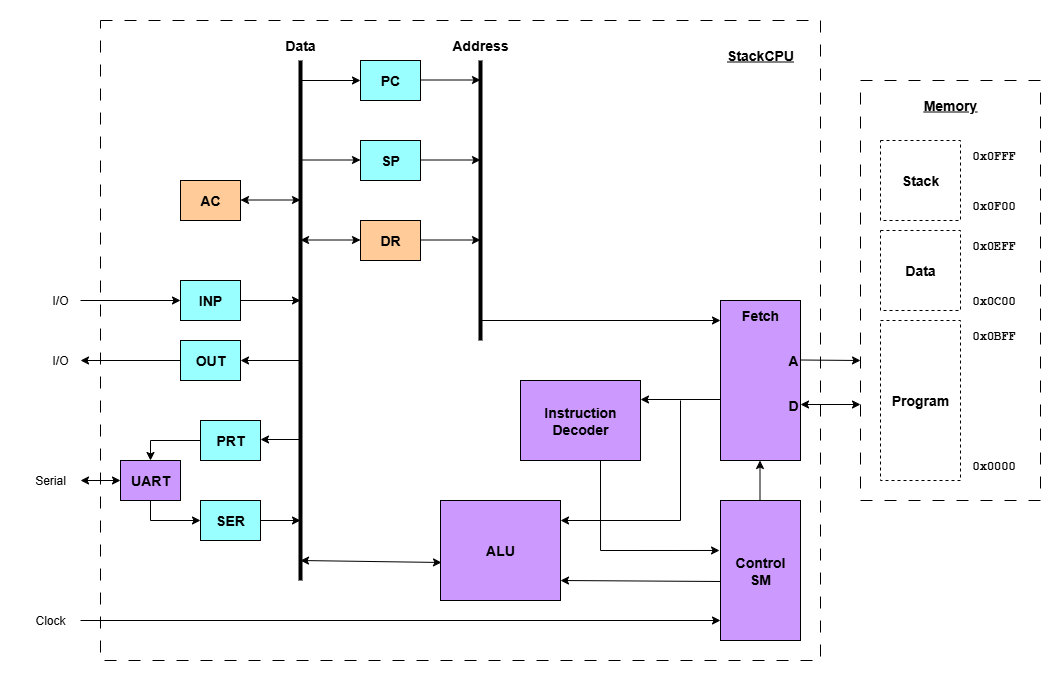
This is docs/StackCPU-Architecture.png from dervish77/StackCPU, a draw.io export, as it was before one commit. Source tidied: cells renumbered, new cells last; positions are measured from the earlier drawing's top-left corner, leaving out a move shared by most shapes.
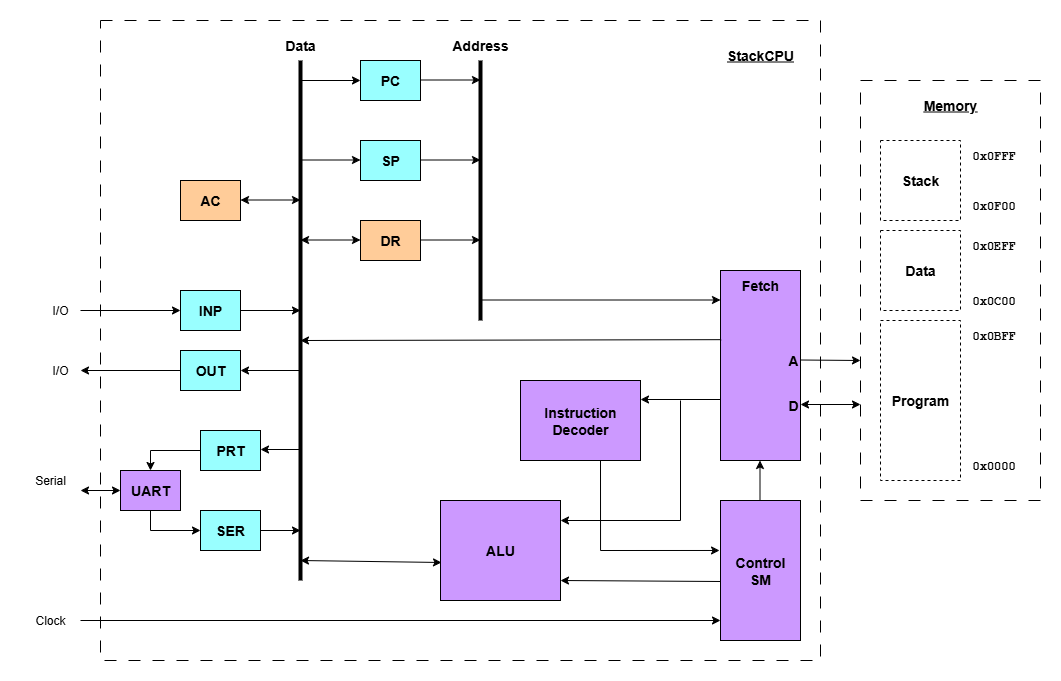
After the change.

Commit message:
fixed error in arch diagram

Diff of the diagram source:
```diff
@@ -48,13 +48,13 @@
       <mxGeometry x="160" y="160" width="60" height="40" as="geometry" />
     </mxCell>
     <mxCell id="17" value="&lt;font style=&quot;font-size: 14px;&quot;&gt;&lt;b&gt;INP&lt;/b&gt;&lt;/font&gt;" style="rounded=0;whiteSpace=wrap;html=1;fillColor=#99FFFF;" parent="1" vertex="1">
-      <mxGeometry x="160" y="260" width="60" height="40" as="geometry" />
+      <mxGeometry x="160" y="270" width="60" height="40" as="geometry" />
     </mxCell>
     <mxCell id="18" value="&lt;font style=&quot;font-size: 14px;&quot;&gt;&lt;b&gt;OUT&lt;/b&gt;&lt;/font&gt;" style="rounded=0;whiteSpace=wrap;html=1;fillColor=#99FFFF;" parent="1" vertex="1">
-      <mxGeometry x="160" y="320" width="60" height="40" as="geometry" />
+      <mxGeometry x="160" y="330" width="60" height="40" as="geometry" />
     </mxCell>
     <mxCell id="19" value="&lt;font style=&quot;font-size: 14px;&quot;&gt;&lt;b&gt;PRT&lt;/b&gt;&lt;/font&gt;" style="rounded=0;whiteSpace=wrap;html=1;fillColor=#99FFFF;" parent="1" vertex="1">
-      <mxGeometry x="180" y="400" width="60" height="40" as="geometry" />
+      <mxGeometry x="180" y="410" width="60" height="40" as="geometry" />
     </mxCell>
     <mxCell id="20" value="&lt;font style=&quot;font-size: 14px;&quot;&gt;&lt;b&gt;ALU&lt;/b&gt;&lt;/font&gt;" style="rounded=0;whiteSpace=wrap;html=1;fillColor=#CC99FF;" parent="1" vertex="1">
       <mxGeometry x="420" y="480" width="120" height="100" as="geometry" />
@@ -63,7 +63,7 @@
       <mxGeometry x="500" y="360" width="120" height="80" as="geometry" />
     </mxCell>
     <mxCell id="22" value="&lt;font style=&quot;font-size: 14px;&quot;&gt;&lt;b&gt;Fetch&lt;/b&gt;&lt;/font&gt;" style="rounded=0;whiteSpace=wrap;html=1;verticalAlign=top;fillColor=#CC99FF;" parent="1" vertex="1">
-      <mxGeometry x="700" y="280" width="80" height="160" as="geometry" />
+      <mxGeometry x="700" y="250" width="80" height="190" as="geometry" />
     </mxCell>
     <mxCell id="23" value="&lt;font style=&quot;font-size: 14px;&quot;&gt;&lt;b&gt;Control&lt;/b&gt;&lt;/font&gt;&lt;div&gt;&lt;font style=&quot;font-size: 14px;&quot;&gt;&lt;b&gt;SM&lt;/b&gt;&lt;/font&gt;&lt;/div&gt;" style="rounded=0;whiteSpace=wrap;html=1;fillColor=#CC99FF;" parent="1" vertex="1">
       <mxGeometry x="700" y="480" width="80" height="140" as="geometry" />
@@ -76,7 +76,7 @@
     </mxCell>
     <mxCell id="25" style="endArrow=none;html=1;rounded=0;strokeWidth=4;" parent="1" edge="1">
       <mxGeometry relative="1" as="geometry">
-        <mxPoint x="460" y="320" as="sourcePoint" />
+        <mxPoint x="460" y="300" as="sourcePoint" />
         <mxPoint x="460" y="40" as="targetPoint" />
       </mxGeometry>
     </mxCell>
@@ -117,8 +117,8 @@
     </mxCell>
     <mxCell id="33" style="endArrow=classic;html=1;rounded=0;" parent="1" edge="1">
       <mxGeometry relative="1" as="geometry">
-        <mxPoint x="460" y="300" as="sourcePoint" />
-        <mxPoint x="700" y="300" as="targetPoint" />
+        <mxPoint x="460" y="279.5" as="sourcePoint" />
+        <mxPoint x="700" y="279.5" as="targetPoint" />
       </mxGeometry>
     </mxCell>
     <mxCell id="34" value="&lt;font style=&quot;font-size: 14px;&quot;&gt;&lt;b&gt;A&lt;/b&gt;&lt;/font&gt;" style="text;html=1;align=right;verticalAlign=middle;whiteSpace=wrap;rounded=0;" parent="1" vertex="1">
@@ -141,20 +141,20 @@
     </mxCell>
     <mxCell id="38" style="endArrow=classic;html=1;rounded=0;" parent="1" edge="1">
       <mxGeometry relative="1" as="geometry">
-        <mxPoint x="280" y="340" as="sourcePoint" />
-        <mxPoint x="220" y="340" as="targetPoint" />
+        <mxPoint x="280" y="350" as="sourcePoint" />
+        <mxPoint x="220" y="350" as="targetPoint" />
       </mxGeometry>
     </mxCell>
     <mxCell id="39" style="endArrow=classic;html=1;rounded=0;entryX=0;entryY=0.5;entryDx=0;entryDy=0;" parent="1" edge="1">
       <mxGeometry relative="1" as="geometry">
-        <mxPoint x="220" y="280" as="sourcePoint" />
-        <mxPoint x="280" y="280" as="targetPoint" />
+        <mxPoint x="220" y="290" as="sourcePoint" />
+        <mxPoint x="280" y="290" as="targetPoint" />
       </mxGeometry>
     </mxCell>
     <mxCell id="40" style="endArrow=classic;html=1;rounded=0;" parent="1" edge="1">
       <mxGeometry relative="1" as="geometry">
-        <mxPoint x="280" y="419" as="sourcePoint" />
-        <mxPoint x="240" y="419" as="targetPoint" />
+        <mxPoint x="280" y="429" as="sourcePoint" />
+        <mxPoint x="240" y="429" as="targetPoint" />
       </mxGeometry>
     </mxCell>
     <mxCell id="41" style="endArrow=classic;startArrow=classic;html=1;rounded=0;" parent="1" edge="1">
@@ -207,23 +207,23 @@
     </mxCell>
     <mxCell id="49" style="endArrow=classic;html=1;rounded=0;" parent="1" edge="1">
       <mxGeometry relative="1" as="geometry">
-        <mxPoint x="160" y="340" as="sourcePoint" />
-        <mxPoint x="60" y="340" as="targetPoint" />
+        <mxPoint x="160" y="350" as="sourcePoint" />
+        <mxPoint x="60" y="350" as="targetPoint" />
       </mxGeometry>
     </mxCell>
     <mxCell id="50" style="endArrow=classic;html=1;rounded=0;entryX=0;entryY=0.5;entryDx=0;entryDy=0;" parent="1" edge="1" target="17">
       <mxGeometry relative="1" as="geometry">
-        <mxPoint x="60" y="280" as="sourcePoint" />
+        <mxPoint x="60" y="290" as="sourcePoint" />
       </mxGeometry>
     </mxCell>
     <mxCell id="51" value="&lt;font&gt;&lt;b&gt;&lt;u&gt;Memory&lt;/u&gt;&lt;/b&gt;&lt;/font&gt;" style="text;html=1;align=center;verticalAlign=middle;whiteSpace=wrap;rounded=0;fontSize=14;" parent="1" vertex="1">
       <mxGeometry x="900" y="70" width="60" height="30" as="geometry" />
     </mxCell>
     <mxCell id="52" value="I/O" style="text;html=1;align=center;verticalAlign=middle;whiteSpace=wrap;rounded=0;" parent="1" vertex="1">
-      <mxGeometry x="10" y="265" width="60" height="30" as="geometry" />
+      <mxGeometry x="10" y="275" width="60" height="30" as="geometry" />
     </mxCell>
     <mxCell id="53" value="I/O" style="text;html=1;align=center;verticalAlign=middle;whiteSpace=wrap;rounded=0;" parent="1" vertex="1">
-      <mxGeometry x="10" y="325" width="60" height="30" as="geometry" />
+      <mxGeometry x="10" y="335" width="60" height="30" as="geometry" />
     </mxCell>
     <mxCell id="54" value="Serial" style="text;html=1;align=center;verticalAlign=middle;whiteSpace=wrap;rounded=0;" parent="1" vertex="1">
       <mxGeometry y="445" width="60" height="30" as="geometry" />
@@ -240,41 +240,41 @@
       <mxGeometry y="585" width="60" height="30" as="geometry" />
     </mxCell>
     <mxCell id="58" value="&lt;font style=&quot;font-size: 14px;&quot;&gt;&lt;b&gt;SER&lt;/b&gt;&lt;/font&gt;" style="rounded=0;whiteSpace=wrap;html=1;fillColor=#99FFFF;" parent="1" vertex="1">
-      <mxGeometry x="180" y="480" width="60" height="40" as="geometry" />
+      <mxGeometry x="180" y="490" width="60" height="40" as="geometry" />
     </mxCell>
     <mxCell id="59" value="&lt;font style=&quot;font-size: 14px;&quot;&gt;&lt;b&gt;UART&lt;/b&gt;&lt;/font&gt;" style="rounded=0;whiteSpace=wrap;html=1;fillColor=#CC99FF;" parent="1" vertex="1">
-      <mxGeometry x="100" y="440" width="60" height="40" as="geometry" />
+      <mxGeometry x="100" y="450" width="60" height="40" as="geometry" />
     </mxCell>
     <mxCell id="60" style="endArrow=none;html=1;rounded=0;exitX=0;exitY=0.5;exitDx=0;exitDy=0;" parent="1" edge="1" source="19">
       <mxGeometry relative="1" as="geometry">
-        <mxPoint x="130" y="420" as="targetPoint" />
+        <mxPoint x="130" y="430" as="targetPoint" />
       </mxGeometry>
     </mxCell>
     <mxCell id="61" style="endArrow=none;html=1;rounded=0;" parent="1" edge="1">
       <mxGeometry relative="1" as="geometry">
-        <mxPoint x="130" y="500" as="sourcePoint" />
-        <mxPoint x="130" y="480" as="targetPoint" />
+        <mxPoint x="130" y="510" as="sourcePoint" />
+        <mxPoint x="130" y="490" as="targetPoint" />
       </mxGeometry>
     </mxCell>
     <mxCell id="62" style="endArrow=classic;html=1;rounded=0;entryX=0;entryY=0.5;entryDx=0;entryDy=0;" parent="1" edge="1" target="58">
       <mxGeometry relative="1" as="geometry">
-        <mxPoint x="130" y="500" as="sourcePoint" />
+        <mxPoint x="130" y="510" as="sourcePoint" />
       </mxGeometry>
     </mxCell>
     <mxCell id="63" style="endArrow=classic;html=1;rounded=0;" parent="1" edge="1">
       <mxGeometry relative="1" as="geometry">
-        <mxPoint x="240" y="500" as="sourcePoint" />
-        <mxPoint x="280" y="500" as="targetPoint" />
+        <mxPoint x="240" y="510" as="sourcePoint" />
+        <mxPoint x="280" y="510" as="targetPoint" />
       </mxGeometry>
     </mxCell>
     <mxCell id="64" style="endArrow=classic;html=1;rounded=0;entryX=0.5;entryY=0;entryDx=0;entryDy=0;" parent="1" edge="1" target="59">
       <mxGeometry relative="1" as="geometry">
-        <mxPoint x="130" y="420" as="sourcePoint" />
+        <mxPoint x="130" y="430" as="sourcePoint" />
       </mxGeometry>
     </mxCell>
     <mxCell id="65" style="endArrow=classic;startArrow=classic;html=1;rounded=0;entryX=0;entryY=0.5;entryDx=0;entryDy=0;" parent="1" edge="1" target="59">
       <mxGeometry relative="1" as="geometry">
-        <mxPoint x="60" y="460" as="sourcePoint" />
+        <mxPoint x="60" y="470" as="sourcePoint" />
       </mxGeometry>
     </mxCell>
     <mxCell id="66" style="endArrow=classic;html=1;rounded=0;entryX=-0.012;entryY=0.357;entryDx=0;entryDy=0;entryPerimeter=0;" parent="1" edge="1" target="23">
@@ -288,5 +288,10 @@
         <mxPoint x="580" y="440" as="targetPoint" />
       </mxGeometry>
     </mxCell>
+    <mxCell id="68" style="endArrow=classic;html=1;rounded=0;exitX=0.008;exitY=0.364;exitDx=0;exitDy=0;exitPerimeter=0;" parent="1" edge="1" source="22">
+      <mxGeometry relative="1" as="geometry">
+        <mxPoint x="280" y="320" as="targetPoint" />
+      </mxGeometry>
+    </mxCell>
   </root>
 </mxGraphModel>
```
